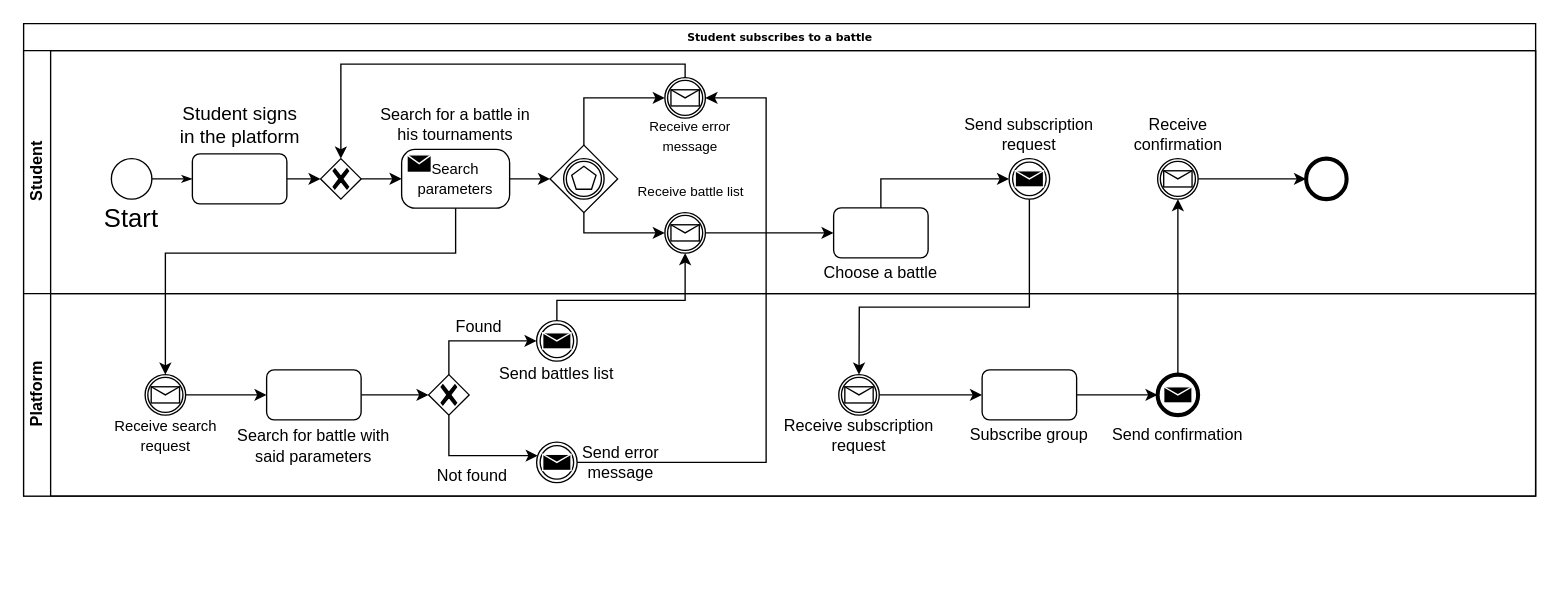
The draw.io diagram RASDwip/ExtraFiles/Drawio/BPMN4.drawio in francescospangaro/SpangaroTosettiRiccardi, before the edit. Source tidied: cells renumbered, new cells numbered last; positions are measured from the earlier drawing's top-left corner, leaving out a move shared by most shapes. Both pictures are drawn from the tidied source at 135%, with x=0, y=0 at pixel (23, 23).
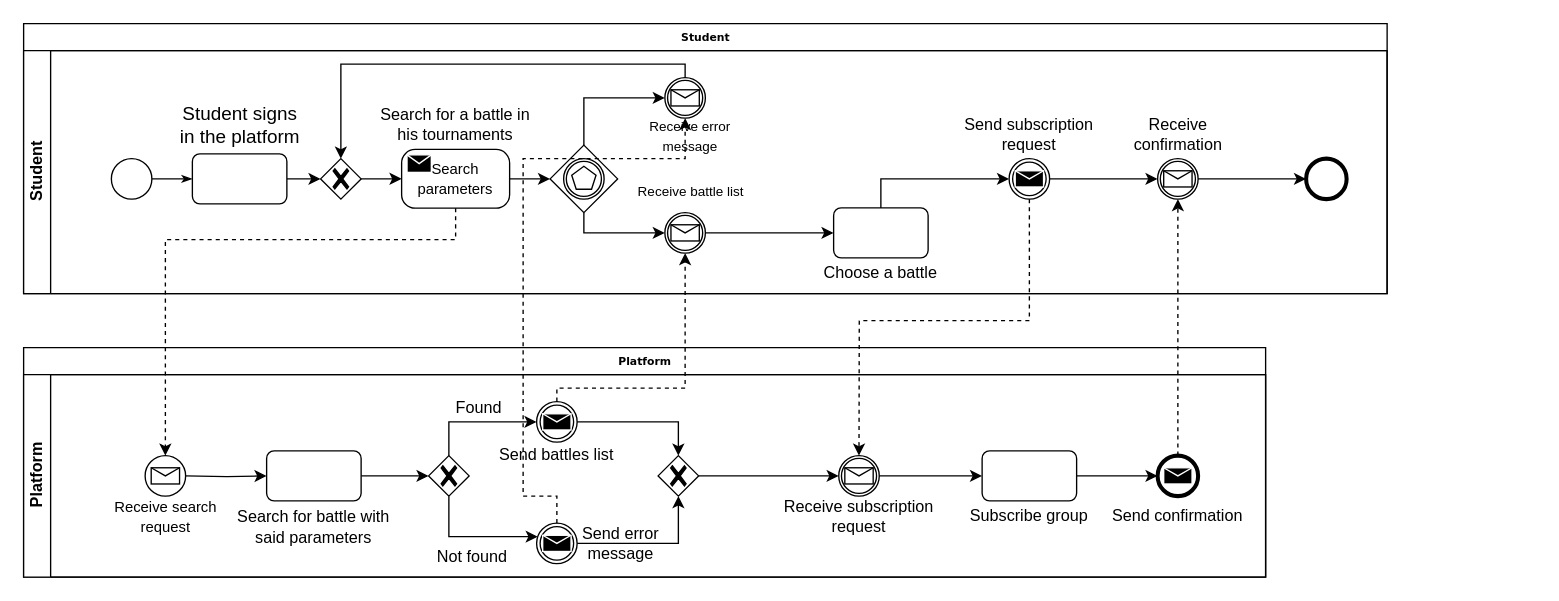
The same page after the edit.

The change refers to these unchanged cells:
```xml
<mxCell id="11" value="&lt;font style=&quot;font-size: 11px;&quot;&gt;Search parameters&lt;br&gt;&lt;/font&gt;" style="points=[[0.25,0,0],[0.5,0,0],[0.75,0,0],[1,0.25,0],[1,0.5,0],[1,0.75,0],[0.75,1,0],[0.5,1,0],[0.25,1,0],[0,0.75,0],[0,0.5,0],[0,0.25,0]];shape=mxgraph.bpmn.task;whiteSpace=wrap;rectStyle=rounded;size=10;html=1;taskMarker=send;" parent="3" vertex="1">
  <mxGeometry x="280" y="73.2" width="80" height="43.5" as="geometry" />
</mxCell>
<mxCell id="18" style="points=[[0.145,0.145,0],[0.5,0,0],[0.855,0.145,0],[1,0.5,0],[0.855,0.855,0],[0.5,1,0],[0.145,0.855,0],[0,0.5,0]];shape=mxgraph.bpmn.event;html=1;verticalLabelPosition=bottom;labelBackgroundColor=#ffffff;verticalAlign=top;align=center;perimeter=ellipsePerimeter;outlineConnect=0;outline=catching;symbol=message;" parent="3" vertex="1">
  <mxGeometry x="475" y="20" width="30" height="30" as="geometry" />
</mxCell>
<mxCell id="21" style="points=[[0.145,0.145,0],[0.5,0,0],[0.855,0.145,0],[1,0.5,0],[0.855,0.855,0],[0.5,1,0],[0.145,0.855,0],[0,0.5,0]];shape=mxgraph.bpmn.event;html=1;verticalLabelPosition=bottom;labelBackgroundColor=#ffffff;verticalAlign=top;align=center;perimeter=ellipsePerimeter;outlineConnect=0;outline=catching;symbol=message;" parent="3" vertex="1">
  <mxGeometry x="475" y="120" width="30" height="30" as="geometry" />
</mxCell>
<mxCell id="29" style="points=[[0.145,0.145,0],[0.5,0,0],[0.855,0.145,0],[1,0.5,0],[0.855,0.855,0],[0.5,1,0],[0.145,0.855,0],[0,0.5,0]];shape=mxgraph.bpmn.event;html=1;verticalLabelPosition=bottom;labelBackgroundColor=#ffffff;verticalAlign=top;align=center;perimeter=ellipsePerimeter;outlineConnect=0;outline=throwing;symbol=message;" parent="3" vertex="1">
  <mxGeometry x="730" y="80" width="30" height="30" as="geometry" />
</mxCell>
<mxCell id="31" style="points=[[0.145,0.145,0],[0.5,0,0],[0.855,0.145,0],[1,0.5,0],[0.855,0.855,0],[0.5,1,0],[0.145,0.855,0],[0,0.5,0]];shape=mxgraph.bpmn.event;html=1;verticalLabelPosition=bottom;labelBackgroundColor=#ffffff;verticalAlign=top;align=center;perimeter=ellipsePerimeter;outlineConnect=0;outline=catching;symbol=message;" parent="3" vertex="1">
  <mxGeometry x="840" y="80" width="30" height="30" as="geometry" />
</mxCell>
<mxCell id="38" value="&lt;font size=&quot;1&quot;&gt;&lt;br&gt;&lt;/font&gt;" style="rounded=1;whiteSpace=wrap;html=1;shadow=0;labelBackgroundColor=none;strokeWidth=1;fontFamily=Verdana;fontSize=8;align=center;" parent="33" vertex="1">
  <mxGeometry x="180" y="56.5" width="70" height="37" as="geometry" />
</mxCell>
<mxCell id="42" style="points=[[0.25,0.25,0],[0.5,0,0],[0.75,0.25,0],[1,0.5,0],[0.75,0.75,0],[0.5,1,0],[0.25,0.75,0],[0,0.5,0]];shape=mxgraph.bpmn.gateway2;html=1;verticalLabelPosition=bottom;labelBackgroundColor=#ffffff;verticalAlign=top;align=center;perimeter=rhombusPerimeter;outlineConnect=0;outline=none;symbol=none;gwType=exclusive;" parent="33" vertex="1">
  <mxGeometry x="300" y="60" width="30" height="30" as="geometry" />
</mxCell>
<mxCell id="48" style="points=[[0.145,0.145,0],[0.5,0,0],[0.855,0.145,0],[1,0.5,0],[0.855,0.855,0],[0.5,1,0],[0.145,0.855,0],[0,0.5,0]];shape=mxgraph.bpmn.event;html=1;verticalLabelPosition=bottom;labelBackgroundColor=#ffffff;verticalAlign=top;align=center;perimeter=ellipsePerimeter;outlineConnect=0;outline=catching;symbol=message;" parent="33" vertex="1">
  <mxGeometry x="603.8" y="60" width="30" height="30" as="geometry" />
</mxCell>
<mxCell id="50" style="points=[[0.145,0.145,0],[0.5,0,0],[0.855,0.145,0],[1,0.5,0],[0.855,0.855,0],[0.5,1,0],[0.145,0.855,0],[0,0.5,0]];shape=mxgraph.bpmn.event;html=1;verticalLabelPosition=bottom;labelBackgroundColor=#ffffff;verticalAlign=top;align=center;perimeter=ellipsePerimeter;outlineConnect=0;outline=throwing;symbol=message;" parent="33" vertex="1">
  <mxGeometry x="380" y="20" width="30" height="30" as="geometry" />
</mxCell>
<mxCell id="51" style="points=[[0.145,0.145,0],[0.5,0,0],[0.855,0.145,0],[1,0.5,0],[0.855,0.855,0],[0.5,1,0],[0.145,0.855,0],[0,0.5,0]];shape=mxgraph.bpmn.event;html=1;verticalLabelPosition=bottom;labelBackgroundColor=#ffffff;verticalAlign=top;align=center;perimeter=ellipsePerimeter;outlineConnect=0;outline=throwing;symbol=message;" parent="33" vertex="1">
  <mxGeometry x="380" y="110" width="30" height="30" as="geometry" />
</mxCell>
<mxCell id="55" style="points=[[0.145,0.145,0],[0.5,0,0],[0.855,0.145,0],[1,0.5,0],[0.855,0.855,0],[0.5,1,0],[0.145,0.855,0],[0,0.5,0]];shape=mxgraph.bpmn.event;html=1;verticalLabelPosition=bottom;labelBackgroundColor=#ffffff;verticalAlign=top;align=center;perimeter=ellipsePerimeter;outlineConnect=0;outline=end;symbol=message;" parent="33" vertex="1">
  <mxGeometry x="840" y="60" width="30" height="30" as="geometry" />
</mxCell>
```

Diff of the diagram source:
```diff
@@
-    <mxCell id="2" value="Student subscribes to a battle" style="swimlane;html=1;horizontal=1;startSize=20;rounded=0;shadow=0;labelBackgroundColor=none;strokeWidth=1;fontFamily=Verdana;fontSize=8;align=center;" parent="1" vertex="1">
-      <mxGeometry width="1120" height="350" as="geometry" />
+    <mxCell id="2" value="Student" style="swimlane;html=1;horizontal=1;startSize=20;rounded=0;shadow=0;labelBackgroundColor=none;strokeWidth=1;fontFamily=Verdana;fontSize=8;align=center;" parent="1" vertex="1">
+      <mxGeometry width="1010" height="200" as="geometry" />
     </mxCell>
     <mxCell id="3" value="Student" style="swimlane;html=1;startSize=20;horizontal=0;" parent="2" vertex="1">
-      <mxGeometry y="20" width="1120" height="180" as="geometry" />
+      <mxGeometry y="20" width="1010" height="180" as="geometry" />
     </mxCell>
@@
-    <mxCell id="8" value="&lt;font style=&quot;font-size: 19px;&quot;&gt;Start&lt;/font&gt;" style="text;html=1;strokeColor=none;fillColor=none;align=center;verticalAlign=middle;whiteSpace=wrap;rounded=0;" parent="3" vertex="1">
-      <mxGeometry x="50" y="110" width="60" height="30" as="geometry" />
-    </mxCell>
@@
+    <mxCell id="62" style="edgeStyle=orthogonalEdgeStyle;rounded=0;jettySize=auto;html=1;entryX=0;entryY=0.5;entryDx=0;entryDy=0;entryPerimeter=0;" parent="3" edge="1" source="29" target="31">
+      <mxGeometry relative="1" as="geometry" />
+    </mxCell>
@@
+    <mxCell id="63" value="Platform" style="swimlane;html=1;horizontal=1;startSize=20;rounded=0;shadow=0;labelBackgroundColor=none;strokeWidth=1;fontFamily=Verdana;fontSize=8;align=center;" parent="1" vertex="1">
+      <mxGeometry y="240" width="920" height="170" as="geometry" />
+    </mxCell>
-    <mxCell id="33" value="Platform" style="swimlane;html=1;startSize=20;horizontal=0;" parent="2" vertex="1">
-      <mxGeometry y="200" width="1120" height="150" as="geometry" />
+    <mxCell id="33" value="Platform" style="swimlane;html=1;startSize=20;horizontal=0;" parent="63" vertex="1">
+      <mxGeometry y="20" width="920" height="150" as="geometry" />
     </mxCell>
-    <mxCell id="34" style="edgeStyle=orthogonalEdgeStyle;rounded=0;jettySize=auto;html=1;entryX=0;entryY=0.5;entryDx=0;entryDy=0;" parent="33" edge="1" source="35" target="38">
-      <mxGeometry relative="1" as="geometry" />
-    </mxCell>
-    <mxCell id="35" style="points=[[0.145,0.145,0],[0.5,0,0],[0.855,0.145,0],[1,0.5,0],[0.855,0.855,0],[0.5,1,0],[0.145,0.855,0],[0,0.5,0]];shape=mxgraph.bpmn.event;html=1;verticalLabelPosition=bottom;labelBackgroundColor=#ffffff;verticalAlign=top;align=center;perimeter=ellipsePerimeter;outlineConnect=0;outline=catching;symbol=message;" parent="33" vertex="1">
-      <mxGeometry x="90" y="60" width="30" height="30" as="geometry" />
-    </mxCell>
+    <mxCell id="64" style="edgeStyle=orthogonalEdgeStyle;rounded=0;jettySize=auto;html=1;entryX=0;entryY=0.5;entryDx=0;entryDy=0;" parent="33" edge="1" target="38">
+      <mxGeometry relative="1" as="geometry">
+        <mxPoint x="120" y="75" as="sourcePoint" />
+      </mxGeometry>
+    </mxCell>
@@
-    <mxCell id="40" style="edgeStyle=orthogonalEdgeStyle;rounded=0;jettySize=auto;html=1;" parent="33" edge="1" source="42">
-      <mxGeometry relative="1" as="geometry">
-        <mxPoint x="380.9" y="120" as="targetPoint" />
-        <Array as="points">
-          <mxPoint x="315" y="120" />
-        </Array>
-      </mxGeometry>
-    </mxCell>
-    <mxCell id="41" style="edgeStyle=orthogonalEdgeStyle;rounded=0;jettySize=auto;html=1;" parent="33" edge="1" source="42">
-      <mxGeometry relative="1" as="geometry">
-        <mxPoint x="380" y="35" as="targetPoint" />
-        <Array as="points">
-          <mxPoint x="315" y="35" />
-        </Array>
-      </mxGeometry>
-    </mxCell>
+    <mxCell id="65" style="edgeStyle=orthogonalEdgeStyle;rounded=0;jettySize=auto;html=1;" parent="33" edge="1" source="42">
+      <mxGeometry relative="1" as="geometry">
+        <mxPoint x="380.9" y="120" as="targetPoint" />
+        <Array as="points">
+          <mxPoint x="315" y="120" />
+        </Array>
+      </mxGeometry>
+    </mxCell>
+    <mxCell id="66" style="edgeStyle=orthogonalEdgeStyle;rounded=0;jettySize=auto;html=1;" parent="33" edge="1" source="42">
+      <mxGeometry relative="1" as="geometry">
+        <mxPoint x="380" y="35" as="targetPoint" />
+        <Array as="points">
+          <mxPoint x="315" y="35" />
+        </Array>
+      </mxGeometry>
+    </mxCell>
@@
+    <mxCell id="67" style="edgeStyle=orthogonalEdgeStyle;rounded=0;jettySize=auto;html=1;entryX=0.5;entryY=0;entryDx=0;entryDy=0;entryPerimeter=0;" parent="33" edge="1" source="50" target="71">
+      <mxGeometry relative="1" as="geometry" />
+    </mxCell>
@@
+    <mxCell id="68" style="edgeStyle=orthogonalEdgeStyle;rounded=0;jettySize=auto;html=1;entryX=0.5;entryY=1;entryDx=0;entryDy=0;entryPerimeter=0;" parent="33" edge="1" source="51" target="71">
+      <mxGeometry relative="1" as="geometry" />
+    </mxCell>
@@
-    <mxCell id="57" style="edgeStyle=orthogonalEdgeStyle;rounded=0;jettySize=auto;html=1;" parent="2" edge="1" source="11" target="35">
-      <mxGeometry relative="1" as="geometry">
-        <Array as="points">
-          <mxPoint x="320" y="170" />
-          <mxPoint x="105" y="170" />
-        </Array>
-      </mxGeometry>
-    </mxCell>
-    <mxCell id="58" style="edgeStyle=orthogonalEdgeStyle;rounded=0;jettySize=auto;html=1;entryX=0.5;entryY=1;entryDx=0;entryDy=0;entryPerimeter=0;" parent="2" edge="1" target="21">
-      <mxGeometry relative="1" as="geometry">
-        <mxPoint x="395" y="220" as="sourcePoint" />
-        <Array as="points">
-          <mxPoint x="395" y="205" />
-          <mxPoint x="490" y="205" />
-        </Array>
-      </mxGeometry>
-    </mxCell>
-    <mxCell id="59" style="edgeStyle=orthogonalEdgeStyle;rounded=0;jettySize=auto;html=1;" parent="2" edge="1" target="18">
-      <mxGeometry relative="1" as="geometry">
-        <mxPoint x="410" y="325" as="sourcePoint" />
-        <Array as="points">
-          <mxPoint x="550" y="325" />
-          <mxPoint x="550" y="55" />
-        </Array>
-      </mxGeometry>
-    </mxCell>
-    <mxCell id="60" style="edgeStyle=orthogonalEdgeStyle;rounded=0;jettySize=auto;html=1;" parent="2" edge="1" target="48">
-      <mxGeometry relative="1" as="geometry">
-        <mxPoint x="745" y="130" as="sourcePoint" />
-        <Array as="points">
-          <mxPoint x="745" y="210" />
-          <mxPoint x="619" y="210" />
-        </Array>
-      </mxGeometry>
-    </mxCell>
+    <mxCell id="69" style="points=[[0.145,0.145,0],[0.5,0,0],[0.855,0.145,0],[1,0.5,0],[0.855,0.855,0],[0.5,1,0],[0.145,0.855,0],[0,0.5,0]];shape=mxgraph.bpmn.event;html=1;verticalLabelPosition=bottom;labelBackgroundColor=#ffffff;verticalAlign=top;align=center;perimeter=ellipsePerimeter;outlineConnect=0;outline=standard;symbol=message;" parent="33" vertex="1">
+      <mxGeometry x="90" y="60" width="30" height="30" as="geometry" />
+    </mxCell>
+    <mxCell id="70" style="edgeStyle=orthogonalEdgeStyle;rounded=0;jettySize=auto;html=1;entryX=0;entryY=0.5;entryDx=0;entryDy=0;entryPerimeter=0;" parent="33" edge="1" source="71" target="48">
+      <mxGeometry relative="1" as="geometry" />
+    </mxCell>
+    <mxCell id="71" style="points=[[0.25,0.25,0],[0.5,0,0],[0.75,0.25,0],[1,0.5,0],[0.75,0.75,0],[0.5,1,0],[0.25,0.75,0],[0,0.5,0]];shape=mxgraph.bpmn.gateway2;html=1;verticalLabelPosition=bottom;labelBackgroundColor=#ffffff;verticalAlign=top;align=center;perimeter=rhombusPerimeter;outlineConnect=0;outline=none;symbol=none;gwType=exclusive;" parent="33" vertex="1">
+      <mxGeometry x="470" y="60" width="30" height="30" as="geometry" />
+    </mxCell>
+    <mxCell id="72" style="edgeStyle=orthogonalEdgeStyle;rounded=0;jettySize=auto;html=1;dashed=1;" parent="1" edge="1" source="11" target="69">
+      <mxGeometry relative="1" as="geometry">
+        <Array as="points">
+          <mxPoint x="320" y="160" />
+          <mxPoint x="105" y="160" />
+        </Array>
+      </mxGeometry>
+    </mxCell>
+    <mxCell id="73" style="edgeStyle=orthogonalEdgeStyle;rounded=0;jettySize=auto;html=1;entryX=0.5;entryY=1;entryDx=0;entryDy=0;entryPerimeter=0;dashed=1;" parent="1" edge="1" source="50" target="21">
+      <mxGeometry relative="1" as="geometry">
+        <Array as="points">
+          <mxPoint x="395" y="270" />
+          <mxPoint x="490" y="270" />
+        </Array>
+      </mxGeometry>
+    </mxCell>
+    <mxCell id="74" style="edgeStyle=orthogonalEdgeStyle;rounded=0;jettySize=auto;html=1;strokeColor=default;dashed=1;" parent="1" edge="1" source="51" target="18">
+      <mxGeometry relative="1" as="geometry">
+        <Array as="points">
+          <mxPoint x="395" y="350" />
+          <mxPoint x="370" y="350" />
+          <mxPoint x="370" y="100" />
+          <mxPoint x="490" y="100" />
+        </Array>
+      </mxGeometry>
+    </mxCell>
+    <mxCell id="75" style="edgeStyle=orthogonalEdgeStyle;rounded=0;jettySize=auto;html=1;dashed=1;" parent="1" edge="1" source="29" target="48">
+      <mxGeometry relative="1" as="geometry">
+        <Array as="points">
+          <mxPoint x="745" y="220" />
+          <mxPoint x="619" y="220" />
+        </Array>
+      </mxGeometry>
+    </mxCell>
-    <mxCell id="61" style="edgeStyle=orthogonalEdgeStyle;rounded=0;jettySize=auto;html=1;entryX=0.5;entryY=1;entryDx=0;entryDy=0;entryPerimeter=0;" parent="2" edge="1" source="55" target="31">
+    <mxCell id="61" style="edgeStyle=orthogonalEdgeStyle;rounded=0;jettySize=auto;html=1;entryX=0.5;entryY=1;entryDx=0;entryDy=0;entryPerimeter=0;dashed=1;" parent="1" edge="1" source="55" target="31">
       <mxGeometry relative="1" as="geometry" />
     </mxCell>
```
